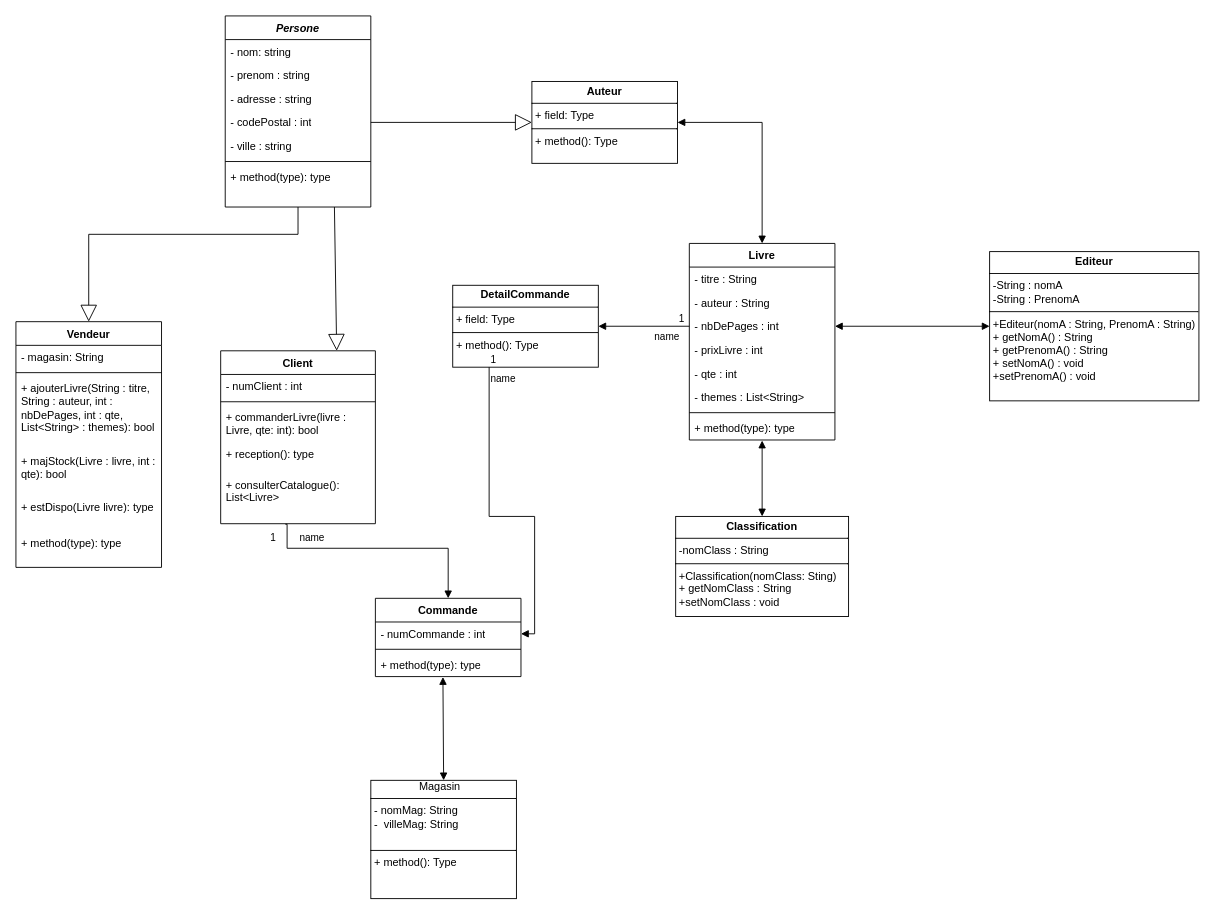
NolhanDolou/SAE_JAVA keeps this draw.io diagram as diagrammedeclasse.drawio. Above is the earlier version. Source tidied: cells renumbered, new cells numbered last; positions are measured from the earlier drawing's top-left corner, leaving out a move shared by most shapes. Both pictures are drawn from the tidied source at 91%, with x=0, y=0 at pixel (15, 15).
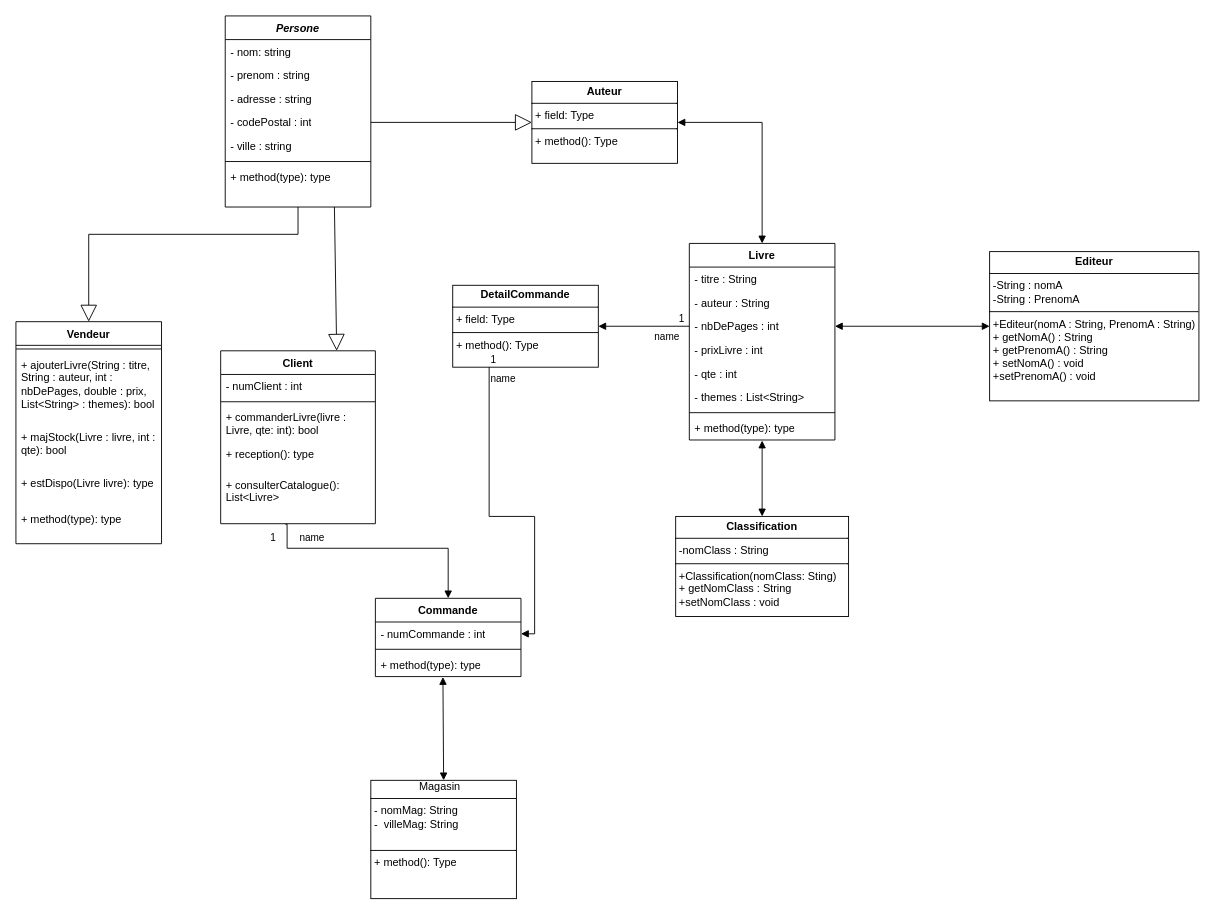
Above is the later version.

Commit message:
modif vendeur

The edit, as a diff of the source:
```diff
@@
     <mxCell id="16" value="Vendeur" style="swimlane;fontStyle=1;align=center;verticalAlign=top;horizontal=1;startSize=26;whiteSpace=wrap;html=1;" parent="1" vertex="1">
-      <mxGeometry y="336" width="160" height="270" as="geometry" />
+      <mxGeometry y="336" width="160" height="244" as="geometry" />
     </mxCell>
-    <mxCell id="17" value="- magasin: String" style="text;strokeColor=none;fillColor=none;align=left;verticalAlign=top;spacingLeft=4;spacingRight=4;overflow=hidden;whiteSpace=wrap;html=1;" parent="16" vertex="1">
-      <mxGeometry y="26" width="160" height="26" as="geometry" />
-    </mxCell>
     <mxCell id="18" style="line;strokeWidth=1;fillColor=none;align=left;verticalAlign=middle;spacingTop=-1;spacingLeft=3;spacingRight=3;labelPosition=right;strokeColor=inherit;" parent="16" vertex="1">
-      <mxGeometry y="52" width="160" height="8" as="geometry" />
+      <mxGeometry y="26" width="160" height="8" as="geometry" />
     </mxCell>
-    <mxCell id="19" value="+ ajouterLivre(String : titre, String : auteur, int : nbDePages, int : qte, List&amp;lt;String&amp;gt; : themes): bool" style="text;strokeColor=none;fillColor=none;align=left;verticalAlign=top;spacingLeft=4;spacingRight=4;overflow=hidden;whiteSpace=wrap;html=1;" parent="16" vertex="1">
-      <mxGeometry y="60" width="160" height="80" as="geometry" />
+    <mxCell id="19" value="+ ajouterLivre(String : titre, String : auteur, int : nbDePages, double : prix, List&amp;lt;String&amp;gt; : themes): bool" style="text;strokeColor=none;fillColor=none;align=left;verticalAlign=top;spacingLeft=4;spacingRight=4;overflow=hidden;whiteSpace=wrap;html=1;" parent="16" vertex="1">
+      <mxGeometry y="34" width="160" height="80" as="geometry" />
     </mxCell>
     <mxCell id="20" value="+ majStock(Livre : livre, int : qte): bool" style="text;strokeColor=none;fillColor=none;align=left;verticalAlign=top;spacingLeft=4;spacingRight=4;overflow=hidden;whiteSpace=wrap;html=1;" parent="16" vertex="1">
-      <mxGeometry y="140" width="160" height="50" as="geometry" />
+      <mxGeometry y="114" width="160" height="50" as="geometry" />
     </mxCell>
     <mxCell id="21" value="+ estDispo(Livre livre): type" style="text;strokeColor=none;fillColor=none;align=left;verticalAlign=top;spacingLeft=4;spacingRight=4;overflow=hidden;whiteSpace=wrap;html=1;" parent="16" vertex="1">
-      <mxGeometry y="190" width="160" height="40" as="geometry" />
+      <mxGeometry y="164" width="160" height="40" as="geometry" />
     </mxCell>
     <mxCell id="22" value="+ method(type): type" style="text;strokeColor=none;fillColor=none;align=left;verticalAlign=top;spacingLeft=4;spacingRight=4;overflow=hidden;whiteSpace=wrap;html=1;" parent="16" vertex="1">
-      <mxGeometry y="230" width="160" height="40" as="geometry" />
+      <mxGeometry y="204" width="160" height="40" as="geometry" />
     </mxCell>
```
